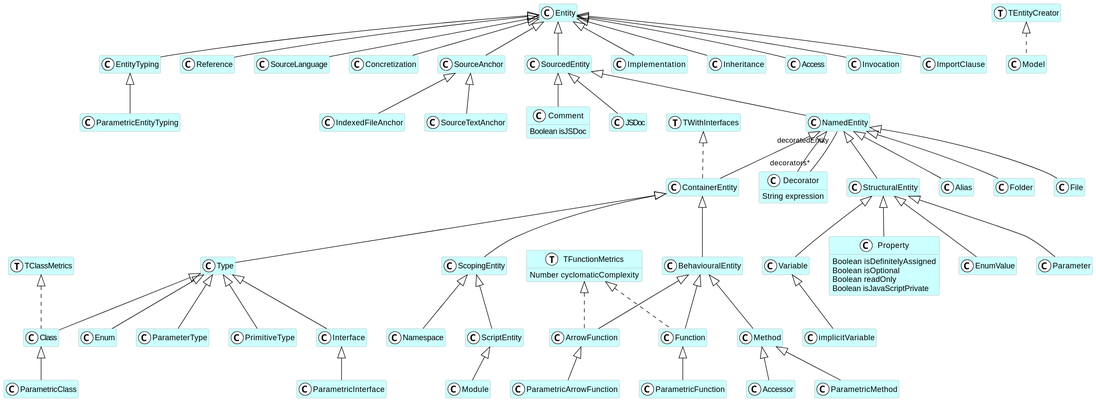
Earlier version of the PlantUML export doc-uml/FamixTypeScript.svg (fuhrmanator/FamixTypeScript).
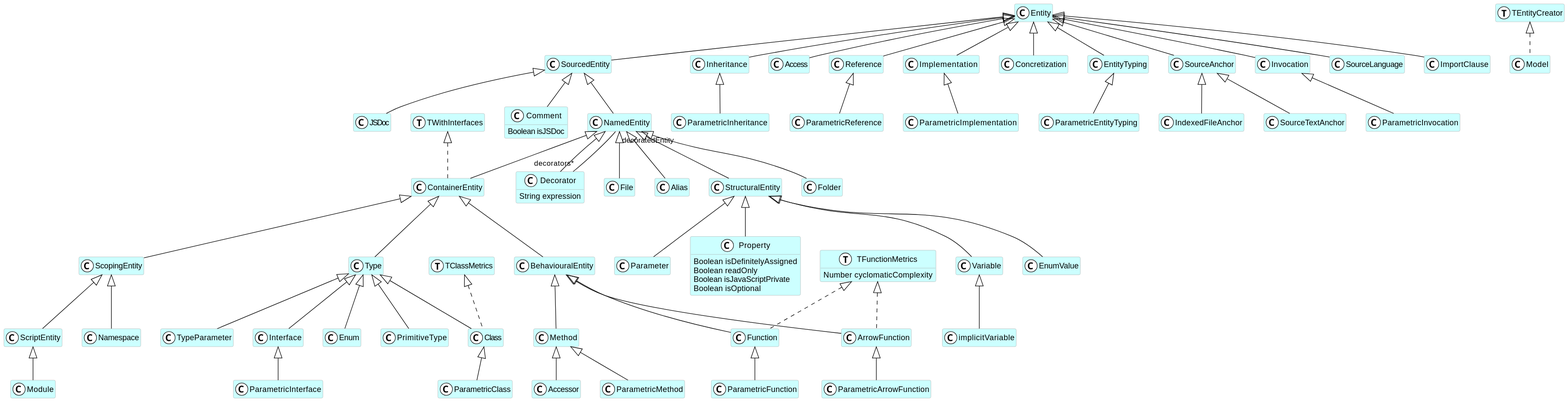
After the change.

Diff of the diagram source:
```diff
@@ -5,173 +5,185 @@
   ArrowColor black
   BorderColor darkGray
 }
+class Property <<(C,white)>> #CCFFFF {
+  Boolean isDefinitelyAssigned
+  Boolean readOnly
+  Boolean isJavaScriptPrivate
+  Boolean isOptional
+}
+class ParametricImplementation <<(C,white)>> #CCFFFF {
+}
+class Namespace <<(C,white)>> #CCFFFF {
+}
+class Class <<(C,white)>> #CCFFFF {
+}
+class TypeParameter <<(C,white)>> #CCFFFF {
+}
+class Interface <<(C,white)>> #CCFFFF {
+}
+class implicitVariable <<(C,white)>> #CCFFFF {
+}
+class JSDoc <<(C,white)>> #CCFFFF {
+}
+class TClassMetrics <<(T,white)>> #CCFFFF {
+}
+class IndexedFileAnchor <<(C,white)>> #CCFFFF {
+}
+class Enum <<(C,white)>> #CCFFFF {
+}
+class ParametricInvocation <<(C,white)>> #CCFFFF {
+}
+class Inheritance <<(C,white)>> #CCFFFF {
+}
+class ParametricMethod <<(C,white)>> #CCFFFF {
+}
+class EnumValue <<(C,white)>> #CCFFFF {
+}
+class ParametricInheritance <<(C,white)>> #CCFFFF {
+}
 class ParametricEntityTyping <<(C,white)>> #CCFFFF {
 }
-class TWithInterfaces <<(T,white)>> #CCFFFF {
+class SourceTextAnchor <<(C,white)>> #CCFFFF {
 }
 class ParametricClass <<(C,white)>> #CCFFFF {
 }
-class TClassMetrics <<(T,white)>> #CCFFFF {
+class Access <<(C,white)>> #CCFFFF {
+}
+class ParametricFunction <<(C,white)>> #CCFFFF {
+}
+class Reference <<(C,white)>> #CCFFFF {
+}
+class Folder <<(C,white)>> #CCFFFF {
+}
+class Parameter <<(C,white)>> #CCFFFF {
+}
+class Method <<(C,white)>> #CCFFFF {
+}
+class SourcedEntity <<(C,white)>> #CCFFFF {
+}
+class TEntityCreator <<(T,white)>> #CCFFFF {
+}
+class ScriptEntity <<(C,white)>> #CCFFFF {
+}
+class TFunctionMetrics <<(T,white)>> #CCFFFF {
+  Number cyclomaticComplexity
+}
+class Module <<(C,white)>> #CCFFFF {
+}
+class ScopingEntity <<(C,white)>> #CCFFFF {
+}
+class Implementation <<(C,white)>> #CCFFFF {
+}
+class ParametricReference <<(C,white)>> #CCFFFF {
+}
+class ArrowFunction <<(C,white)>> #CCFFFF {
+}
+class NamedEntity <<(C,white)>> #CCFFFF {
+}
+class Variable <<(C,white)>> #CCFFFF {
+}
+class Concretization <<(C,white)>> #CCFFFF {
 }
 class EntityTyping <<(C,white)>> #CCFFFF {
 }
-class ParametricArrowFunction <<(C,white)>> #CCFFFF {
+class SourceAnchor <<(C,white)>> #CCFFFF {
 }
-class ContainerEntity <<(C,white)>> #CCFFFF {
+class Type <<(C,white)>> #CCFFFF {
+}
+class Invocation <<(C,white)>> #CCFFFF {
 }
 class Comment <<(C,white)>> #CCFFFF {
   Boolean isJSDoc
 }
+class Function <<(C,white)>> #CCFFFF {
+}
+class ParametricInterface <<(C,white)>> #CCFFFF {
+}
+class SourceLanguage <<(C,white)>> #CCFFFF {
+}
+class TWithInterfaces <<(T,white)>> #CCFFFF {
+}
+class Model <<(C,white)>> #CCFFFF {
+}
 class Decorator <<(C,white)>> #CCFFFF {
   String expression
 }
-class Type <<(C,white)>> #CCFFFF {
+class Entity <<(C,white)>> #CCFFFF {
+}
+class Accessor <<(C,white)>> #CCFFFF {
+}
+class ContainerEntity <<(C,white)>> #CCFFFF {
+}
+class PrimitiveType <<(C,white)>> #CCFFFF {
+}
+class ImportClause <<(C,white)>> #CCFFFF {
 }
 class StructuralEntity <<(C,white)>> #CCFFFF {
 }
-class Model <<(C,white)>> #CCFFFF {
+class File <<(C,white)>> #CCFFFF {
 }
-class Variable <<(C,white)>> #CCFFFF {
+class BehaviouralEntity <<(C,white)>> #CCFFFF {
 }
-class Reference <<(C,white)>> #CCFFFF {
+class ParametricArrowFunction <<(C,white)>> #CCFFFF {
 }
 class Alias <<(C,white)>> #CCFFFF {
 }
-class Folder <<(C,white)>> #CCFFFF {
-}
-class File <<(C,white)>> #CCFFFF {
-}
-class Enum <<(C,white)>> #CCFFFF {
-}
-class Class <<(C,white)>> #CCFFFF {
-}
-class SourceLanguage <<(C,white)>> #CCFFFF {
-}
-class ParameterType <<(C,white)>> #CCFFFF {
-}
-class Property <<(C,white)>> #CCFFFF {
-  Boolean isDefinitelyAssigned
-  Boolean isOptional
-  Boolean readOnly
-  Boolean isJavaScriptPrivate
-}
-class Concretization <<(C,white)>> #CCFFFF {
-}
-class TEntityCreator <<(T,white)>> #CCFFFF {
-}
-class TFunctionMetrics <<(T,white)>> #CCFFFF {
-  Number cyclomaticComplexity
-}
-class EnumValue <<(C,white)>> #CCFFFF {
-}
-class Parameter <<(C,white)>> #CCFFFF {
-}
-class IndexedFileAnchor <<(C,white)>> #CCFFFF {
-}
-class JSDoc <<(C,white)>> #CCFFFF {
-}
-class Module <<(C,white)>> #CCFFFF {
-}
-class Namespace <<(C,white)>> #CCFFFF {
-}
-class ArrowFunction <<(C,white)>> #CCFFFF {
-}
-class ParametricInterface <<(C,white)>> #CCFFFF {
-}
-class SourceTextAnchor <<(C,white)>> #CCFFFF {
-}
-class SourceAnchor <<(C,white)>> #CCFFFF {
-}
-class Accessor <<(C,white)>> #CCFFFF {
-}
-class implicitVariable <<(C,white)>> #CCFFFF {
-}
-class Entity <<(C,white)>> #CCFFFF {
-}
-class SourcedEntity <<(C,white)>> #CCFFFF {
-}
-class Implementation <<(C,white)>> #CCFFFF {
-}
-class Inheritance <<(C,white)>> #CCFFFF {
-}
-class Access <<(C,white)>> #CCFFFF {
-}
-class ScriptEntity <<(C,white)>> #CCFFFF {
-}
-class Invocation <<(C,white)>> #CCFFFF {
-}
-class Function <<(C,white)>> #CCFFFF {
-}
-class PrimitiveType <<(C,white)>> #CCFFFF {
-}
-class ScopingEntity <<(C,white)>> #CCFFFF {
-}
-class ParametricMethod <<(C,white)>> #CCFFFF {
-}
-class BehaviouralEntity <<(C,white)>> #CCFFFF {
-}
-class ParametricFunction <<(C,white)>> #CCFFFF {
-}
-class ImportClause <<(C,white)>> #CCFFFF {
-}
-class Interface <<(C,white)>> #CCFFFF {
-}
-class Method <<(C,white)>> #CCFFFF {
-}
-class NamedEntity <<(C,white)>> #CCFFFF {
-}
+NamedEntity <|-- Alias
+Implementation <|-- ParametricImplementation
+StructuralEntity <|-- Property
+Type <|-- Class
+ScopingEntity <|-- Namespace
+Type <|-- TypeParameter
+Variable <|-- implicitVariable
+Type <|-- Interface
+SourcedEntity <|-- JSDoc
+SourceAnchor <|-- IndexedFileAnchor
+Type <|-- Enum
+Entity <|-- Inheritance
+Invocation <|-- ParametricInvocation
+Method <|-- ParametricMethod
+StructuralEntity <|-- EnumValue
+Inheritance <|-- ParametricInheritance
+SourceAnchor <|-- SourceTextAnchor
+Class <|-- ParametricClass
 EntityTyping <|-- ParametricEntityTyping
-Class <|-- ParametricClass
+Function <|-- ParametricFunction
+Entity <|-- Access
+Entity <|-- Reference
+NamedEntity <|-- Folder
+StructuralEntity <|-- Parameter
+BehaviouralEntity <|-- Method
+Entity <|-- SourcedEntity
+ScopingEntity <|-- ScriptEntity
+ScriptEntity <|-- Module
+ContainerEntity <|-- ScopingEntity
+Entity <|-- Implementation
+SourcedEntity <|-- NamedEntity
+Reference <|-- ParametricReference
+StructuralEntity <|-- Variable
+BehaviouralEntity <|-- ArrowFunction
 Entity <|-- EntityTyping
+Entity <|-- Concretization
+Entity <|-- Invocation
+Entity <|-- SourceAnchor
+ContainerEntity <|-- Type
+SourcedEntity <|-- Comment
+BehaviouralEntity <|-- Function
+Interface <|-- ParametricInterface
+Entity <|-- SourceLanguage
+NamedEntity <|-- Decorator
+Method <|-- Accessor
 NamedEntity <|-- ContainerEntity
+Type <|-- PrimitiveType
+Entity <|-- ImportClause
+NamedEntity <|-- StructuralEntity
+NamedEntity <|-- File
+ContainerEntity <|-- BehaviouralEntity
 ArrowFunction <|-- ParametricArrowFunction
-StructuralEntity <|-- Variable
-SourcedEntity <|-- Comment
-Entity <|-- Reference
-NamedEntity <|-- Decorator
-ContainerEntity <|-- Type
-NamedEntity <|-- StructuralEntity
-NamedEntity <|-- Alias
-NamedEntity <|-- Folder
-NamedEntity <|-- File
-Type <|-- Enum
-Type <|-- Class
-Entity <|-- SourceLanguage
-Type <|-- ParameterType
-StructuralEntity <|-- Property
-Entity <|-- Concretization
-StructuralEntity <|-- EnumValue
-StructuralEntity <|-- Parameter
-SourceAnchor <|-- IndexedFileAnchor
-SourcedEntity <|-- JSDoc
-ScriptEntity <|-- Module
-BehaviouralEntity <|-- ArrowFunction
-SourceAnchor <|-- SourceTextAnchor
-Interface <|-- ParametricInterface
-ScopingEntity <|-- Namespace
-Entity <|-- SourceAnchor
-Method <|-- Accessor
-Variable <|-- implicitVariable
-Entity <|-- SourcedEntity
-Entity <|-- Implementation
-Entity <|-- Inheritance
-Entity <|-- Access
-Entity <|-- Invocation
-BehaviouralEntity <|-- Function
-Type <|-- PrimitiveType
-ScopingEntity <|-- ScriptEntity
-Method <|-- ParametricMethod
-Function <|-- ParametricFunction
-ContainerEntity <|-- ScopingEntity
-ContainerEntity <|-- BehaviouralEntity
-Entity <|-- ImportClause
-Type <|-- Interface
-BehaviouralEntity <|-- Method
-SourcedEntity <|-- NamedEntity
-TWithInterfaces <|.. ContainerEntity
-TEntityCreator <|.. Model
 TClassMetrics <|.. Class
 TFunctionMetrics <|.. ArrowFunction
 TFunctionMetrics <|.. Function
-Decorator "decorators*" -- "decoratedEntity" NamedEntity
+TEntityCreator <|.. Model
+TWithInterfaces <|.. ContainerEntity
+NamedEntity "decoratedEntity" -- "decorators*" Decorator
 @enduml
```
